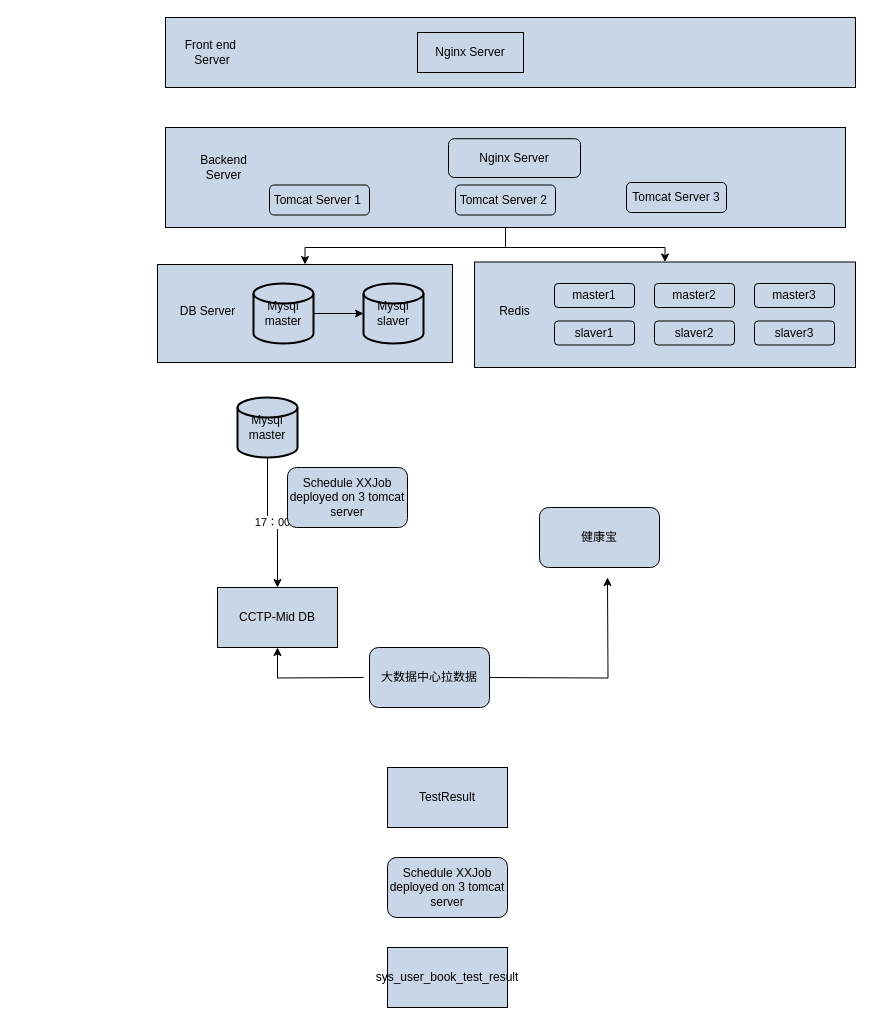
Earlier version of the draw.io diagram page "deployment" (2 of 2) of Untitled Diagram.drawio (qingfeng826/TestGit). Source tidied: cells renumbered, new cells numbered last; positions are measured from the earlier drawing's top-left corner, leaving out a move shared by most shapes. Both pictures are drawn from the tidied source at 100%, with x=0, y=0 at pixel (157, 17).
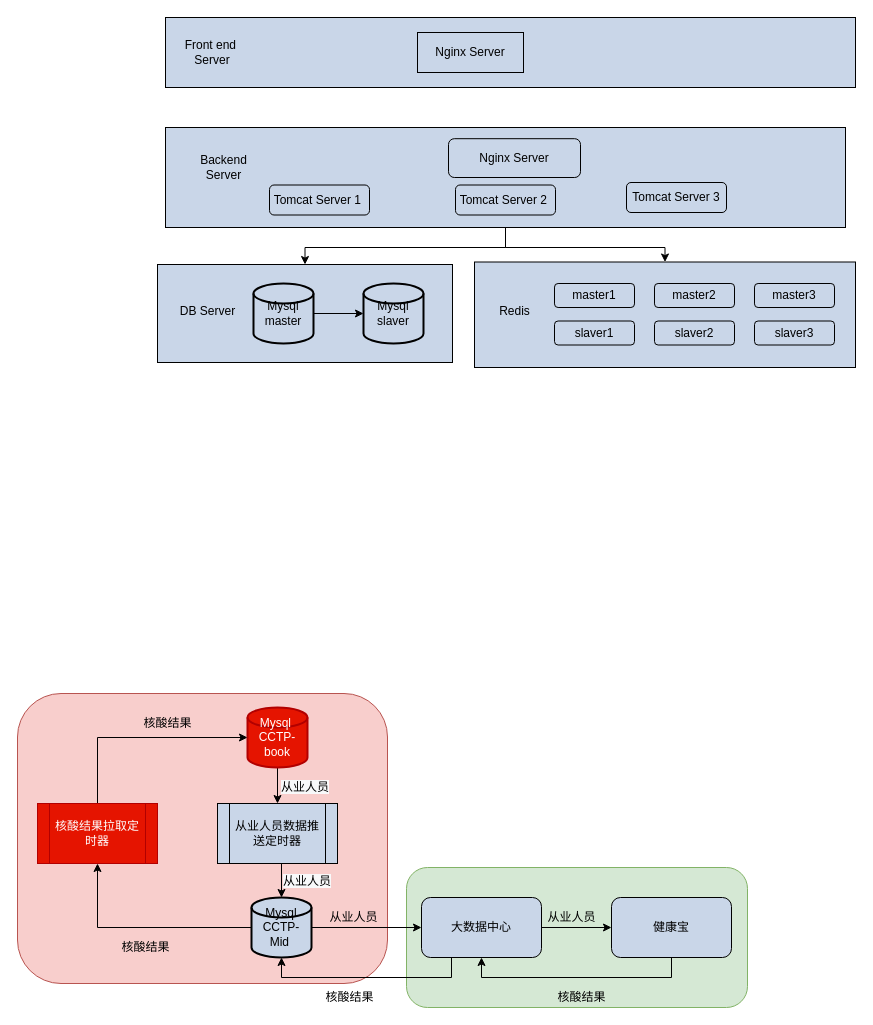
After the change.

Diff of the diagram source:
```diff
@@
+    <mxCell id="37" style="rounded=1;whiteSpace=wrap;html=1;fillColor=#d5e8d4;strokeColor=#82b366;" parent="1" vertex="1">
+      <mxGeometry x="249" y="850" width="341" height="140" as="geometry" />
+    </mxCell>
+    <mxCell id="38" style="rounded=1;whiteSpace=wrap;html=1;fillColor=#f8cecc;strokeColor=#b85450;" parent="1" vertex="1">
+      <mxGeometry x="-140" y="676" width="370" height="290" as="geometry" />
+    </mxCell>
@@
-    <mxCell id="26" value="CCTP-Mid DB" style="rounded=0;whiteSpace=wrap;html=1;fillColor=#C9D6E8;" parent="1" vertex="1">
-      <mxGeometry x="60" y="570" width="120" height="60" as="geometry" />
-    </mxCell>
+    <mxCell id="39" style="edgeStyle=orthogonalEdgeStyle;rounded=0;jettySize=auto;html=1;exitX=0.5;exitY=1;exitDx=0;exitDy=0;entryX=0.5;entryY=1;entryDx=0;entryDy=0;" parent="1" edge="1" source="27" target="33">
+      <mxGeometry relative="1" as="geometry" />
+    </mxCell>
     <mxCell id="27" value="健康宝" style="rounded=1;whiteSpace=wrap;html=1;fillColor=#C9D6E8;" parent="1" vertex="1">
-      <mxGeometry x="382" y="490" width="120" height="60" as="geometry" />
+      <mxGeometry x="454" y="880" width="120" height="60" as="geometry" />
     </mxCell>
-    <mxCell id="28" value="17：00" style="edgeStyle=orthogonalEdgeStyle;rounded=0;jettySize=auto;html=1;" parent="1" edge="1" source="29" target="26">
-      <mxGeometry relative="1" as="geometry" />
-    </mxCell>
+    <mxCell id="40" style="edgeStyle=orthogonalEdgeStyle;rounded=0;jettySize=auto;html=1;exitX=0.5;exitY=1;exitDx=0;exitDy=0;exitPerimeter=0;entryX=0.5;entryY=0;entryDx=0;entryDy=0;" parent="1" edge="1" source="29" target="44">
+      <mxGeometry relative="1" as="geometry" />
+    </mxCell>
-    <mxCell id="29" value="Mysql master" style="strokeWidth=2;html=1;shape=mxgraph.flowchart.database;whiteSpace=wrap;fillColor=#C9D6E8;" parent="1" vertex="1">
-      <mxGeometry x="80" y="380" width="60" height="60" as="geometry" />
+    <mxCell id="29" value="Mysql&amp;nbsp; CCTP-book" style="strokeWidth=2;html=1;shape=mxgraph.flowchart.database;whiteSpace=wrap;fillColor=#e51400;fontColor=#ffffff;strokeColor=#B20000;" parent="1" vertex="1">
+      <mxGeometry x="90" y="690" width="60" height="60" as="geometry" />
     </mxCell>
-    <mxCell id="30" style="edgeStyle=orthogonalEdgeStyle;rounded=0;jettySize=auto;html=1;entryX=0.5;entryY=1;entryDx=0;entryDy=0;" parent="1" edge="1" target="26">
-      <mxGeometry relative="1" as="geometry">
-        <mxPoint x="206" y="660" as="sourcePoint" />
-      </mxGeometry>
-    </mxCell>
-    <mxCell id="31" style="edgeStyle=orthogonalEdgeStyle;rounded=0;orthogonalLoop=1;jettySize=auto;html=1;" parent="1" edge="1">
-      <mxGeometry relative="1" as="geometry">
-        <mxPoint x="326" y="660" as="sourcePoint" />
-        <mxPoint x="450" y="560" as="targetPoint" />
-      </mxGeometry>
-    </mxCell>
-    <mxCell id="32" value="Schedule XXJob deployed on 3 tomcat server" style="rounded=1;whiteSpace=wrap;html=1;fillColor=#C9D6E8;" parent="1" vertex="1">
-      <mxGeometry x="130" y="450" width="120" height="60" as="geometry" />
-    </mxCell>
+    <mxCell id="41" style="edgeStyle=orthogonalEdgeStyle;rounded=0;jettySize=auto;html=1;" parent="1" edge="1" source="33" target="27">
+      <mxGeometry relative="1" as="geometry" />
+    </mxCell>
+    <mxCell id="42" style="edgeStyle=orthogonalEdgeStyle;rounded=0;jettySize=auto;html=1;exitX=0.25;exitY=1;exitDx=0;exitDy=0;entryX=0.5;entryY=1;entryDx=0;entryDy=0;entryPerimeter=0;" parent="1" edge="1" source="33" target="47">
+      <mxGeometry relative="1" as="geometry" />
+    </mxCell>
-    <mxCell id="33" value="大数据中心拉数据" style="rounded=1;whiteSpace=wrap;html=1;fillColor=#C9D6E8;" parent="1" vertex="1">
-      <mxGeometry x="212" y="630" width="120" height="60" as="geometry" />
+    <mxCell id="33" value="大数据中心" style="rounded=1;whiteSpace=wrap;html=1;fillColor=#C9D6E8;" parent="1" vertex="1">
+      <mxGeometry x="264" y="880" width="120" height="60" as="geometry" />
     </mxCell>
-    <mxCell id="34" value="TestResult" style="rounded=0;whiteSpace=wrap;html=1;fillColor=#C9D6E8;" parent="1" vertex="1">
-      <mxGeometry x="230" y="750" width="120" height="60" as="geometry" />
-    </mxCell>
-    <mxCell id="35" value="sys_user_book_test_result" style="rounded=0;whiteSpace=wrap;html=1;fillColor=#C9D6E8;" parent="1" vertex="1">
-      <mxGeometry x="230" y="930" width="120" height="60" as="geometry" />
-    </mxCell>
-    <mxCell id="36" value="Schedule XXJob deployed on 3 tomcat server" style="rounded=1;whiteSpace=wrap;html=1;fillColor=#C9D6E8;" parent="1" vertex="1">
-      <mxGeometry x="230" y="840" width="120" height="60" as="geometry" />
-    </mxCell>
+    <mxCell id="43" style="edgeStyle=orthogonalEdgeStyle;rounded=0;jettySize=auto;html=1;exitX=0.5;exitY=1;exitDx=0;exitDy=0;entryX=0.5;entryY=0;entryDx=0;entryDy=0;entryPerimeter=0;" parent="1" edge="1" source="44" target="47">
+      <mxGeometry relative="1" as="geometry" />
+    </mxCell>
+    <mxCell id="44" value="从业人员数据推送定时器" style="shape=process;whiteSpace=wrap;html=1;backgroundOutline=1;fillColor=#C9D6E8;" parent="1" vertex="1">
+      <mxGeometry x="60" y="786" width="120" height="60" as="geometry" />
+    </mxCell>
+    <mxCell id="45" style="edgeStyle=orthogonalEdgeStyle;rounded=0;jettySize=auto;html=1;" parent="1" edge="1" source="47" target="33">
+      <mxGeometry relative="1" as="geometry" />
+    </mxCell>
+    <mxCell id="46" style="edgeStyle=orthogonalEdgeStyle;rounded=0;jettySize=auto;html=1;" parent="1" edge="1" source="47" target="55">
+      <mxGeometry relative="1" as="geometry" />
+    </mxCell>
+    <mxCell id="47" value="Mysql CCTP-Mid&amp;nbsp;" style="strokeWidth=2;html=1;shape=mxgraph.flowchart.database;whiteSpace=wrap;fillColor=#C9D6E8;" parent="1" vertex="1">
+      <mxGeometry x="94" y="880" width="60" height="60" as="geometry" />
+    </mxCell>
+    <mxCell id="48" value="从业人员" style="text;html=1;align=center;verticalAlign=middle;fillColor=none;strokeColor=none;rounded=0;" parent="1" vertex="1">
+      <mxGeometry x="166" y="890" width="60" height="20" as="geometry" />
+    </mxCell>
+    <mxCell id="49" value="&lt;span style=&quot;color: rgb(0, 0, 0); font-family: Helvetica; font-size: 12px; font-style: normal; font-variant-ligatures: normal; font-variant-caps: normal; font-weight: 400; letter-spacing: normal; orphans: 2; text-align: center; text-indent: 0px; text-transform: none; widows: 2; word-spacing: 0px; -webkit-text-stroke-width: 0px; background-color: rgb(248, 249, 250); text-decoration-thickness: initial; text-decoration-style: initial; text-decoration-color: initial; float: none; display: inline !important;&quot;&gt;从业人员&lt;/span&gt;" style="text;whiteSpace=wrap;html=1;" parent="1" vertex="1">
+      <mxGeometry x="122" y="756" width="70" height="30" as="geometry" />
+    </mxCell>
+    <mxCell id="50" value="&lt;span style=&quot;color: rgb(0, 0, 0); font-family: Helvetica; font-size: 12px; font-style: normal; font-variant-ligatures: normal; font-variant-caps: normal; font-weight: 400; letter-spacing: normal; orphans: 2; text-align: center; text-indent: 0px; text-transform: none; widows: 2; word-spacing: 0px; -webkit-text-stroke-width: 0px; background-color: rgb(248, 249, 250); text-decoration-thickness: initial; text-decoration-style: initial; text-decoration-color: initial; float: none; display: inline !important;&quot;&gt;从业人员&lt;/span&gt;" style="text;whiteSpace=wrap;html=1;" parent="1" vertex="1">
+      <mxGeometry x="124" y="850" width="70" height="30" as="geometry" />
+    </mxCell>
+    <mxCell id="51" value="从业人员" style="text;html=1;align=center;verticalAlign=middle;fillColor=none;strokeColor=none;rounded=0;" parent="1" vertex="1">
+      <mxGeometry x="384" y="890" width="60" height="20" as="geometry" />
+    </mxCell>
+    <mxCell id="52" value="核酸结果" style="text;html=1;align=center;verticalAlign=middle;fillColor=none;strokeColor=none;rounded=0;" parent="1" vertex="1">
+      <mxGeometry x="394" y="970" width="60" height="20" as="geometry" />
+    </mxCell>
+    <mxCell id="53" value="核酸结果" style="text;html=1;align=center;verticalAlign=middle;fillColor=none;strokeColor=none;rounded=0;" parent="1" vertex="1">
+      <mxGeometry x="162" y="970" width="60" height="20" as="geometry" />
+    </mxCell>
+    <mxCell id="54" style="edgeStyle=orthogonalEdgeStyle;rounded=0;jettySize=auto;html=1;exitX=0.5;exitY=0;exitDx=0;exitDy=0;entryX=0;entryY=0.5;entryDx=0;entryDy=0;entryPerimeter=0;" parent="1" edge="1" source="55" target="29">
+      <mxGeometry relative="1" as="geometry" />
+    </mxCell>
+    <mxCell id="55" value="&lt;span style=&quot;&quot;&gt;核酸结果拉取定时器&lt;br&gt;&lt;/span&gt;" style="shape=process;whiteSpace=wrap;html=1;backgroundOutline=1;fillColor=#e51400;fontColor=#ffffff;strokeColor=#B20000;" parent="1" vertex="1">
+      <mxGeometry x="-120" y="786" width="120" height="60" as="geometry" />
+    </mxCell>
+    <mxCell id="56" value="核酸结果" style="text;html=1;align=center;verticalAlign=middle;fillColor=none;strokeColor=none;rounded=0;" parent="1" vertex="1">
+      <mxGeometry x="-42" y="920" width="60" height="20" as="geometry" />
+    </mxCell>
+    <mxCell id="57" value="核酸结果" style="text;html=1;align=center;verticalAlign=middle;fillColor=none;strokeColor=none;rounded=0;" parent="1" vertex="1">
+      <mxGeometry x="-20" y="696" width="60" height="20" as="geometry" />
+    </mxCell>
```
